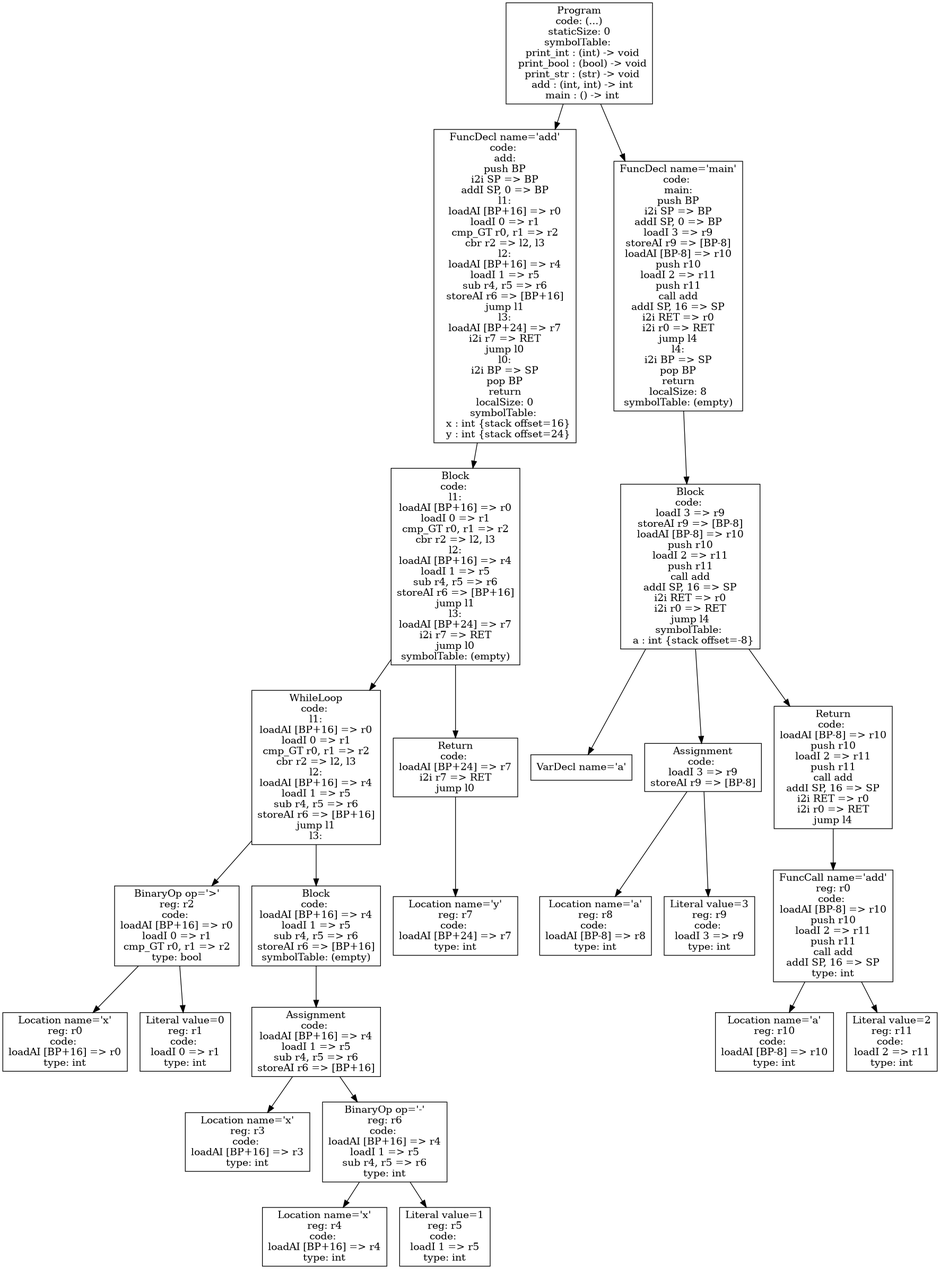
The Graphviz diagram p4-codegen/tests/iloc-tree.png in atrim11/CS432, before a commit. Its source is kept beside it as p4-codegen/iloc-tree.dot.
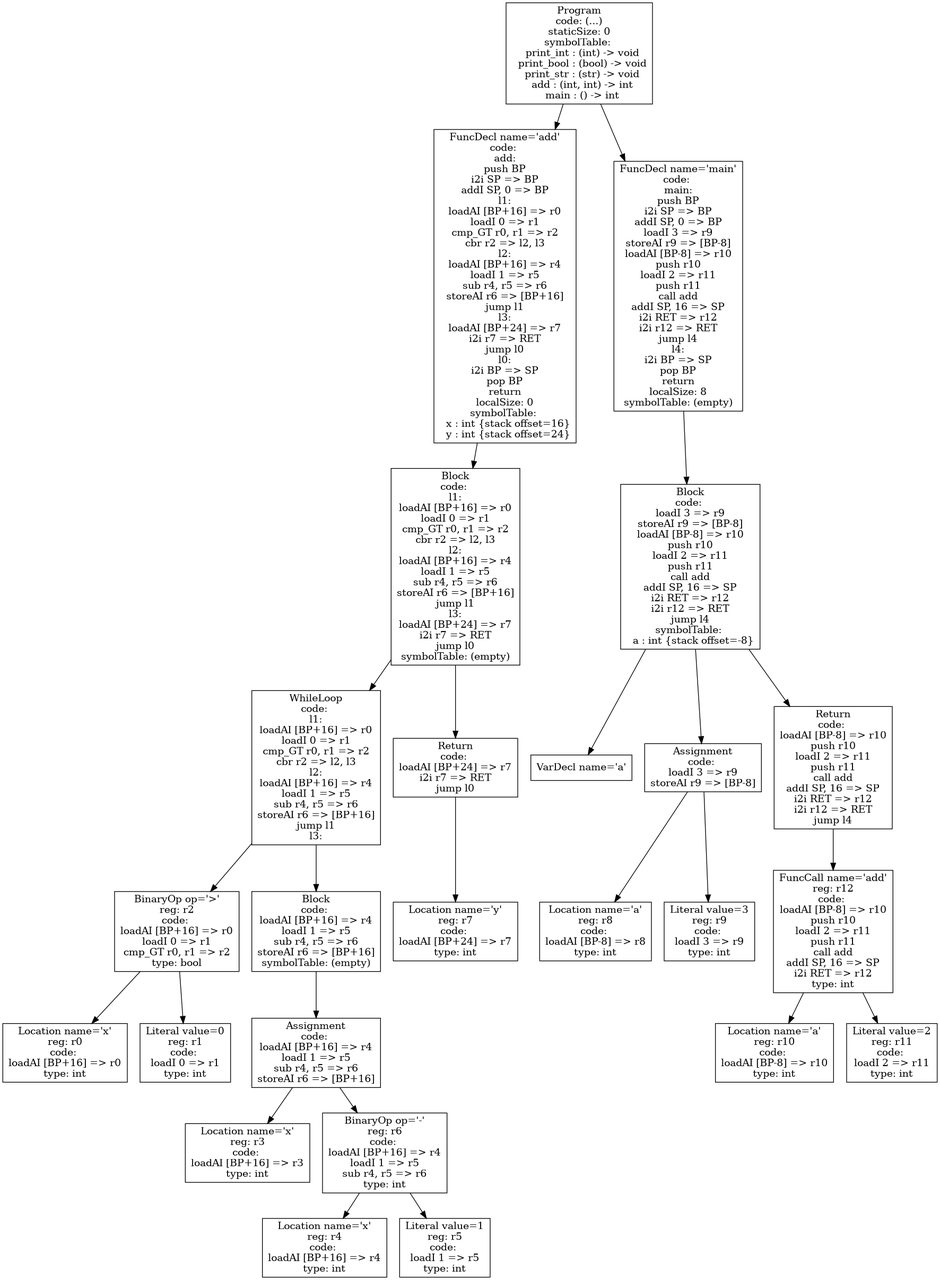
After the change.

What changed in the source:
```diff
@@ -4,15 +4,15 @@
 4 [shape=box, label="BinaryOp op='+'\nreg: r2\ncode: \nloadAI [BP+16] => r0\nloadAI [BP+24] => r1\nadd r0, r1 => r2\ntype: int"];
 4 -> 5;
 4 -> 6;
-3 [shape=box, label="Return\ncode: \nloadAI [BP+16] => r0\nloadAI [BP+24] => r1\nadd r0, r1 => r2\ni2i r5 => RET\njump l0"];
+3 [shape=box, label="Return\ncode: \nloadAI [BP+16] => r0\nloadAI [BP+24] => r1\nadd r0, r1 => r2\ni2i r2 => RET\njump l0"];
 3 -> 4;
-2 [shape=box, label="Block\ncode: \nloadAI [BP+16] => r0\nloadAI [BP+24] => r1\nadd r0, r1 => r2\ni2i r5 => RET\njump l0\nsymbolTable: (empty)"];
+2 [shape=box, label="Block\ncode: \nloadAI [BP+16] => r0\nloadAI [BP+24] => r1\nadd r0, r1 => r2\ni2i r2 => RET\njump l0\nsymbolTable: (empty)"];
 2 -> 3;
-1 [shape=box, label="FuncDecl name='add'\ncode: \nadd:\npush BP\ni2i SP => BP\naddI SP, 0 => BP\nloadAI [BP+16] => r0\nloadAI [BP+24] => r1\nadd r0, r1 => r2\ni2i r5 => RET\njump l0\nl0:\ni2i BP => SP\npop BP\nreturn\nlocalSize: 0\nsymbolTable: \n  a : int {stack offset=16}\n  b : int {stack offset=24}"];
+1 [shape=box, label="FuncDecl name='add'\ncode: \nadd:\npush BP\ni2i SP => BP\naddI SP, 0 => BP\nloadAI [BP+16] => r0\nloadAI [BP+24] => r1\nadd r0, r1 => r2\ni2i r2 => RET\njump l0\nl0:\ni2i BP => SP\npop BP\nreturn\nlocalSize: 0\nsymbolTable: \n  a : int {stack offset=16}\n  b : int {stack offset=24}"];
 1 -> 2;
 11 [shape=box, label="Literal value=2\nreg: r3\ncode: \nloadI 2 => r3\ntype: int"];
 12 [shape=box, label="Literal value=3\nreg: r4\ncode: \nloadI 3 => r4\ntype: int"];
-10 [shape=box, label="FuncCall name='add'\nreg: r0\ncode: \nloadI 2 => r3\npush r3\nloadI 3 => r4\npush r4\ncall add\naddI SP, 16 => SP\ni2i RET => r5\ntype: int"];
+10 [shape=box, label="FuncCall name='add'\nreg: r5\ncode: \nloadI 2 => r3\npush r3\nloadI 3 => r4\npush r4\ncall add\naddI SP, 16 => SP\ni2i RET => r5\ntype: int"];
 10 -> 11;
 10 -> 12;
 9 [shape=box, label="Return\ncode: \nloadI 2 => r3\npush r3\nloadI 3 => r4\npush r4\ncall add\naddI SP, 16 => SP\ni2i RET => r5\ni2i r5 => RET\njump l1"];
```
